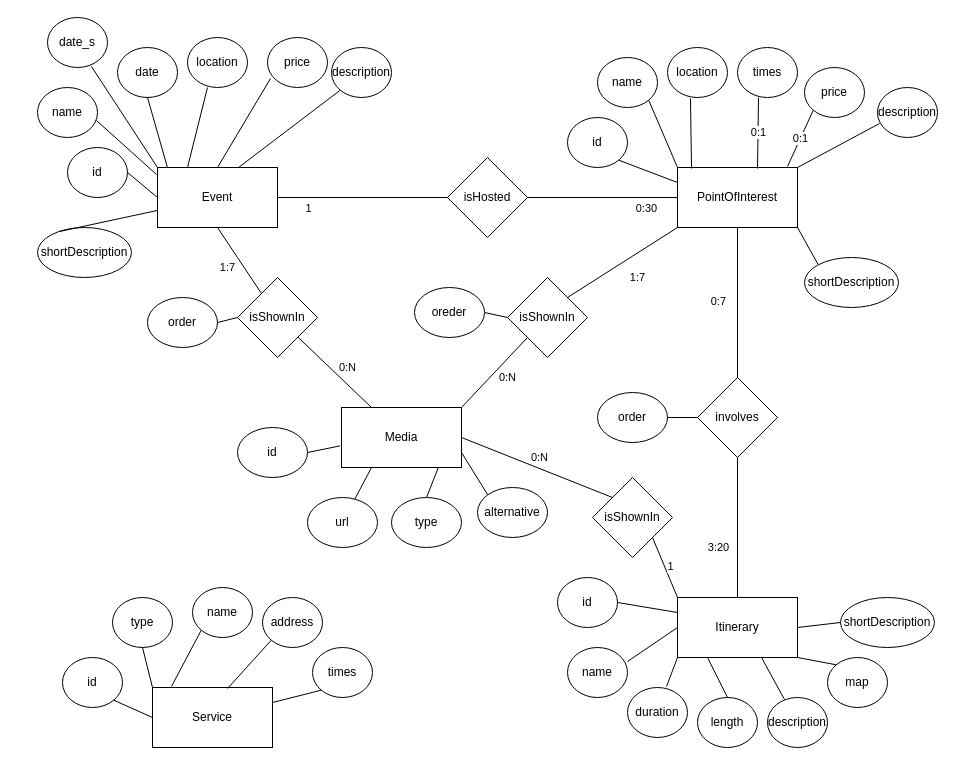
Before: Design-part/drawio/ERHYPDesign.drawio in SebastianCastellano/Hypermedia-Project, a draw.io diagram. Source tidied: cells renumbered, new cells numbered last; positions are measured from the earlier drawing's top-left corner, leaving out a move shared by most shapes. Both pictures are drawn from the tidied source at 100%, with x=0, y=0 at pixel (37, 17).
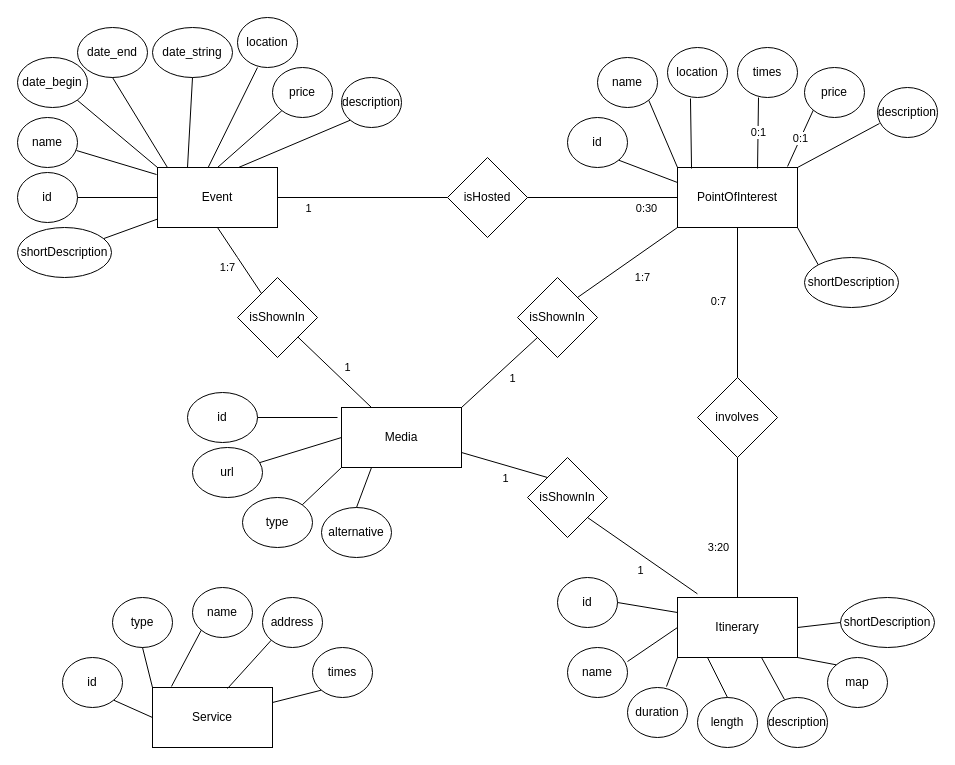
The same page after the edit.

Commit message (it also covers changes not shown here):
Updated database schemas

Unchanged cells that the change refers to:
```xml
<mxCell id="2" value="Event" style="rounded=0;whiteSpace=wrap;html=1;" parent="1" vertex="1">
  <mxGeometry x="120" y="150" width="120" height="60" as="geometry" />
</mxCell>
<mxCell id="4" value="Itinerary" style="rounded=0;whiteSpace=wrap;html=1;" parent="1" vertex="1">
  <mxGeometry x="640" y="580" width="120" height="60" as="geometry" />
</mxCell>
<mxCell id="16" value="involves" style="rhombus;whiteSpace=wrap;html=1;" parent="1" vertex="1">
  <mxGeometry x="660" y="360" width="80" height="80" as="geometry" />
</mxCell>
<mxCell id="68" value="Media" style="rounded=0;whiteSpace=wrap;html=1;" parent="1" vertex="1">
  <mxGeometry x="304" y="390" width="120" height="60" as="geometry" />
</mxCell>
<mxCell id="77" value="isShownIn" style="rhombus;whiteSpace=wrap;html=1;" parent="1" vertex="1">
  <mxGeometry x="200" y="260" width="80" height="80" as="geometry" />
</mxCell>
```

Change to the diagram source:
```diff
@@
     <mxCell id="6" value="id" style="ellipse;whiteSpace=wrap;html=1;" parent="1" vertex="1">
-      <mxGeometry x="30" y="130" width="60" height="50" as="geometry" />
+      <mxGeometry x="-20" y="155" width="60" height="50" as="geometry" />
     </mxCell>
     <mxCell id="7" value="name" style="ellipse;whiteSpace=wrap;html=1;" parent="1" vertex="1">
-      <mxGeometry y="70" width="60" height="50" as="geometry" />
+      <mxGeometry x="-20" y="100" width="60" height="50" as="geometry" />
     </mxCell>
-    <mxCell id="8" value="date" style="ellipse;whiteSpace=wrap;html=1;" parent="1" vertex="1">
-      <mxGeometry x="80" y="30" width="60" height="50" as="geometry" />
+    <mxCell id="8" value="date_end" style="ellipse;whiteSpace=wrap;html=1;" parent="1" vertex="1">
+      <mxGeometry x="40" y="10" width="70" height="50" as="geometry" />
     </mxCell>
     <mxCell id="9" value="location" style="ellipse;whiteSpace=wrap;html=1;" parent="1" vertex="1">
-      <mxGeometry x="150" y="20" width="60" height="50" as="geometry" />
+      <mxGeometry x="200" width="60" height="50" as="geometry" />
     </mxCell>
     <mxCell id="10" value="price" style="ellipse;whiteSpace=wrap;html=1;" parent="1" vertex="1">
-      <mxGeometry x="230" y="20" width="60" height="50" as="geometry" />
+      <mxGeometry x="235" y="50" width="60" height="50" as="geometry" />
     </mxCell>
@@
     <mxCell id="21" value="description" style="ellipse;whiteSpace=wrap;html=1;" parent="1" vertex="1">
-      <mxGeometry x="294" y="30" width="60" height="50" as="geometry" />
+      <mxGeometry x="304" y="60" width="60" height="50" as="geometry" />
     </mxCell>
@@
-    <mxCell id="25" style="endArrow=none;html=1;rounded=0;exitX=0.25;exitY=0;exitDx=0;exitDy=0;entryX=0.333;entryY=1;entryDx=0;entryDy=0;entryPerimeter=0;" parent="1" edge="1" source="2" target="9">
+    <mxCell id="25" style="endArrow=none;html=1;rounded=0;exitX=0.422;exitY=0.001;exitDx=0;exitDy=0;entryX=0.333;entryY=1;entryDx=0;entryDy=0;entryPerimeter=0;exitPerimeter=0;" parent="1" edge="1" source="2" target="9">
       <mxGeometry relative="1" as="geometry" />
     </mxCell>
-    <mxCell id="26" style="endArrow=none;html=1;rounded=0;exitX=0.5;exitY=0;exitDx=0;exitDy=0;entryX=0.05;entryY=0.82;entryDx=0;entryDy=0;entryPerimeter=0;" parent="1" edge="1" source="2" target="10">
+    <mxCell id="26" style="endArrow=none;html=1;rounded=0;exitX=0.5;exitY=0;exitDx=0;exitDy=0;" parent="1" edge="1" source="2" target="10">
       <mxGeometry relative="1" as="geometry" />
     </mxCell>
@@
     <mxCell id="28" value="shortDescription" style="ellipse;whiteSpace=wrap;html=1;" parent="1" vertex="1">
-      <mxGeometry y="210" width="94" height="50" as="geometry" />
+      <mxGeometry x="-20" y="210" width="94" height="50" as="geometry" />
     </mxCell>
-    <mxCell id="29" style="endArrow=none;html=1;rounded=0;exitX=0.234;exitY=0.08;exitDx=0;exitDy=0;exitPerimeter=0;" parent="1" edge="1" source="28" target="2">
+    <mxCell id="29" style="endArrow=none;html=1;rounded=0;" parent="1" edge="1" source="28" target="2">
       <mxGeometry relative="1" as="geometry" />
     </mxCell>
@@
     <mxCell id="69" value="id" style="ellipse;whiteSpace=wrap;html=1;" parent="1" vertex="1">
-      <mxGeometry x="200" y="410" width="70" height="50" as="geometry" />
+      <mxGeometry x="150" y="375" width="70" height="50" as="geometry" />
     </mxCell>
     <mxCell id="70" value="url" style="ellipse;whiteSpace=wrap;html=1;" parent="1" vertex="1">
-      <mxGeometry x="270" y="480" width="70" height="50" as="geometry" />
+      <mxGeometry x="155" y="430" width="70" height="50" as="geometry" />
     </mxCell>
     <mxCell id="71" value="type" style="ellipse;whiteSpace=wrap;html=1;" parent="1" vertex="1">
-      <mxGeometry x="354" y="480" width="70" height="50" as="geometry" />
+      <mxGeometry x="205" y="480" width="70" height="50" as="geometry" />
     </mxCell>
     <mxCell id="72" value="alternative" style="ellipse;whiteSpace=wrap;html=1;" parent="1" vertex="1">
-      <mxGeometry x="440" y="470" width="70" height="50" as="geometry" />
+      <mxGeometry x="284" y="490" width="70" height="50" as="geometry" />
     </mxCell>
-    <mxCell id="73" style="endArrow=none;html=1;rounded=0;exitX=1;exitY=0.75;exitDx=0;exitDy=0;entryX=0;entryY=0;entryDx=0;entryDy=0;" parent="1" edge="1" source="68" target="72">
+    <mxCell id="73" style="endArrow=none;html=1;rounded=0;exitX=0.25;exitY=1;exitDx=0;exitDy=0;entryX=0.5;entryY=0;entryDx=0;entryDy=0;" parent="1" edge="1" source="68" target="72">
       <mxGeometry relative="1" as="geometry" />
     </mxCell>
-    <mxCell id="74" style="endArrow=none;html=1;rounded=0;exitX=-0.012;exitY=0.64;exitDx=0;exitDy=0;entryX=1;entryY=0.5;entryDx=0;entryDy=0;exitPerimeter=0;" parent="1" edge="1" source="68" target="69">
-      <mxGeometry relative="1" as="geometry" />
+    <mxCell id="74" style="endArrow=none;html=1;rounded=0;entryX=1;entryY=0.5;entryDx=0;entryDy=0;" parent="1" edge="1" target="69">
+      <mxGeometry relative="1" as="geometry">
+        <mxPoint x="300" y="400" as="sourcePoint" />
+      </mxGeometry>
     </mxCell>
-    <mxCell id="75" style="endArrow=none;html=1;rounded=0;exitX=0.807;exitY=1.002;exitDx=0;exitDy=0;entryX=0.5;entryY=0;entryDx=0;entryDy=0;exitPerimeter=0;" parent="1" edge="1" source="68" target="71">
+    <mxCell id="75" style="endArrow=none;html=1;rounded=0;exitX=0;exitY=1;exitDx=0;exitDy=0;entryX=1;entryY=0;entryDx=0;entryDy=0;" parent="1" edge="1" source="68" target="71">
       <mxGeometry relative="1" as="geometry" />
     </mxCell>
-    <mxCell id="76" style="endArrow=none;html=1;rounded=0;exitX=0.25;exitY=1;exitDx=0;exitDy=0;" parent="1" edge="1" source="68" target="70">
+    <mxCell id="76" style="endArrow=none;html=1;rounded=0;exitX=0;exitY=0.5;exitDx=0;exitDy=0;" parent="1" edge="1" source="68" target="70">
       <mxGeometry relative="1" as="geometry" />
     </mxCell>
@@
     <mxCell id="78" value="isShownIn" style="rhombus;whiteSpace=wrap;html=1;" parent="1" vertex="1">
-      <mxGeometry x="470" y="260" width="80" height="80" as="geometry" />
+      <mxGeometry x="480" y="260" width="80" height="80" as="geometry" />
     </mxCell>
@@
-    <mxCell id="80" value="0:N" style="endArrow=none;html=1;rounded=0;entryX=0.25;entryY=0;entryDx=0;entryDy=0;" parent="1" edge="1" source="77" target="68">
+    <mxCell id="80" value="1" style="endArrow=none;html=1;rounded=0;entryX=0.25;entryY=0;entryDx=0;entryDy=0;" parent="1" edge="1" source="77" target="68">
       <mxGeometry x="0.12" y="12" relative="1" as="geometry" />
     </mxCell>
-    <mxCell id="81" value="0:N" style="endArrow=none;html=1;rounded=0;entryX=0;entryY=1;entryDx=0;entryDy=0;exitX=1;exitY=0;exitDx=0;exitDy=0;" parent="1" edge="1" source="68" target="78">
+    <mxCell id="81" value="1" style="endArrow=none;html=1;rounded=0;entryX=0;entryY=1;entryDx=0;entryDy=0;exitX=1;exitY=0;exitDx=0;exitDy=0;" parent="1" edge="1" source="68" target="78">
       <mxGeometry x="0.11" y="-13" relative="1" as="geometry" />
     </mxCell>
@@
-    <mxCell id="83" value="date_s" style="ellipse;whiteSpace=wrap;html=1;" parent="1" vertex="1">
-      <mxGeometry x="10" width="60" height="50" as="geometry" />
-    </mxCell>
-    <mxCell id="84" style="endArrow=none;html=1;rounded=0;exitX=0;exitY=0;exitDx=0;exitDy=0;entryX=0.733;entryY=0.98;entryDx=0;entryDy=0;entryPerimeter=0;" parent="1" edge="1" source="2" target="83">
-      <mxGeometry relative="1" as="geometry" />
-    </mxCell>
-    <mxCell id="85" value="order" style="ellipse;whiteSpace=wrap;html=1;" parent="1" vertex="1">
-      <mxGeometry x="560" y="375" width="70" height="50" as="geometry" />
-    </mxCell>
-    <mxCell id="86" style="endArrow=none;html=1;rounded=0;entryX=1;entryY=0.5;entryDx=0;entryDy=0;exitX=0;exitY=0.5;exitDx=0;exitDy=0;" parent="1" edge="1" source="16" target="85">
-      <mxGeometry relative="1" as="geometry" />
-    </mxCell>
-    <mxCell id="87" value="oreder" style="ellipse;whiteSpace=wrap;html=1;" parent="1" vertex="1">
-      <mxGeometry x="377" y="270" width="70" height="50" as="geometry" />
-    </mxCell>
-    <mxCell id="88" value="order" style="ellipse;whiteSpace=wrap;html=1;" parent="1" vertex="1">
-      <mxGeometry x="110" y="280" width="70" height="50" as="geometry" />
-    </mxCell>
-    <mxCell id="89" style="endArrow=none;html=1;rounded=0;entryX=1;entryY=0.5;entryDx=0;entryDy=0;exitX=0;exitY=0.5;exitDx=0;exitDy=0;" parent="1" edge="1" source="78" target="87">
-      <mxGeometry relative="1" as="geometry" />
-    </mxCell>
-    <mxCell id="90" style="endArrow=none;html=1;rounded=0;entryX=1;entryY=0.5;entryDx=0;entryDy=0;exitX=0;exitY=0.5;exitDx=0;exitDy=0;" parent="1" edge="1" source="77" target="88">
-      <mxGeometry relative="1" as="geometry" />
-    </mxCell>
+    <mxCell id="96" value="&lt;div&gt;date_string&lt;/div&gt;" style="ellipse;whiteSpace=wrap;html=1;" parent="1" vertex="1">
+      <mxGeometry x="115" y="10" width="80" height="50" as="geometry" />
+    </mxCell>
+    <mxCell id="97" value="&lt;div&gt;date_begin&lt;/div&gt;" style="ellipse;whiteSpace=wrap;html=1;" parent="1" vertex="1">
+      <mxGeometry x="-20" y="40" width="70" height="50" as="geometry" />
+    </mxCell>
+    <mxCell id="98" style="endArrow=none;html=1;rounded=0;exitX=0;exitY=0;exitDx=0;exitDy=0;entryX=1;entryY=1;entryDx=0;entryDy=0;" parent="1" edge="1" source="2" target="97">
+      <mxGeometry relative="1" as="geometry" />
+    </mxCell>
+    <mxCell id="99" style="endArrow=none;html=1;rounded=0;exitX=0.25;exitY=0;exitDx=0;exitDy=0;entryX=0.5;entryY=1;entryDx=0;entryDy=0;" parent="1" edge="1" source="2" target="96">
+      <mxGeometry relative="1" as="geometry" />
+    </mxCell>
     <mxCell id="91" value="isShownIn" style="rhombus;whiteSpace=wrap;html=1;" parent="1" vertex="1">
-      <mxGeometry x="555" y="460" width="80" height="80" as="geometry" />
+      <mxGeometry x="490" y="440" width="80" height="80" as="geometry" />
     </mxCell>
-    <mxCell id="92" style="endArrow=none;html=1;rounded=0;exitX=1;exitY=0.5;exitDx=0;exitDy=0;entryX=0;entryY=0;entryDx=0;entryDy=0;" parent="1" edge="1" source="68" target="91">
-      <mxGeometry relative="1" as="geometry" />
+    <mxCell id="92" value="1" style="endArrow=none;html=1;rounded=0;entryX=0;entryY=0;entryDx=0;entryDy=0;exitX=1;exitY=0.75;exitDx=0;exitDy=0;" parent="1" edge="1" source="68" target="91">
+      <mxGeometry x="0.11" y="-13" relative="1" as="geometry" />
     </mxCell>
-    <mxCell id="93" value="0:N" style="edgeLabel;html=1;align=center;verticalAlign=middle;" parent="92" vertex="1">
-      <mxGeometry x="0.03" y="-2" relative="1" as="geometry">
-        <mxPoint y="-13" as="offset" />
-      </mxGeometry>
-    </mxCell>
-    <mxCell id="94" style="endArrow=none;html=1;rounded=0;exitX=1;exitY=1;exitDx=0;exitDy=0;entryX=0;entryY=0;entryDx=0;entryDy=0;" parent="1" edge="1" source="91" target="4">
-      <mxGeometry relative="1" as="geometry" />
+    <mxCell id="94" value="1" style="endArrow=none;html=1;rounded=0;entryX=0.166;entryY=-0.061;entryDx=0;entryDy=0;exitX=1;exitY=1;exitDx=0;exitDy=0;entryPerimeter=0;" parent="1" edge="1" source="91" target="4">
+      <mxGeometry x="0.11" y="-13" relative="1" as="geometry" />
     </mxCell>
-    <mxCell id="95" value="1" style="edgeLabel;html=1;align=center;verticalAlign=middle;" parent="94" vertex="1">
-      <mxGeometry x="-0.01" y="2" relative="1" as="geometry">
-        <mxPoint x="3" as="offset" />
-      </mxGeometry>
-    </mxCell>
```
